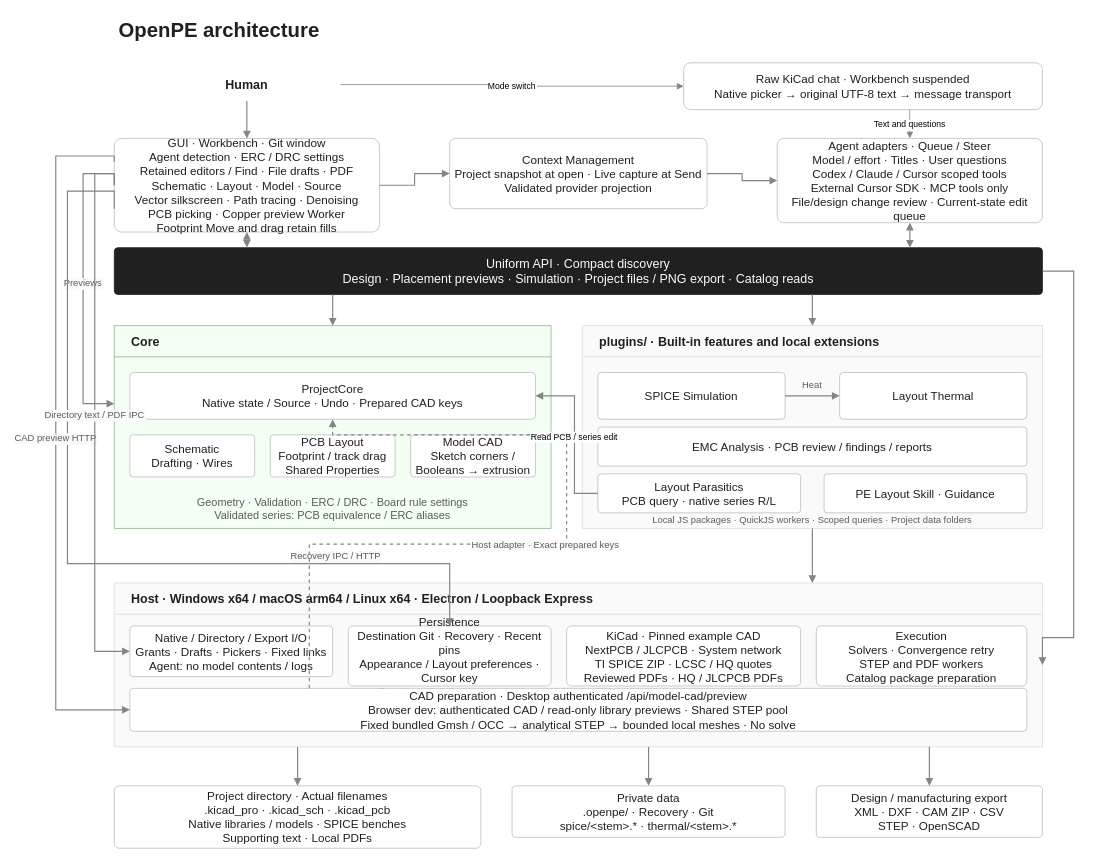
Earlier version of the draw.io diagram assets/architecture.drawio (Open-Power-Electronics/OpenPE). Source tidied: cells renumbered, new cells numbered last; positions are measured from the earlier drawing's top-left corner, leaving out a move shared by most shapes. Both pictures are drawn from the tidied source at 78%, with x=0, y=0 at pixel (55, 13).
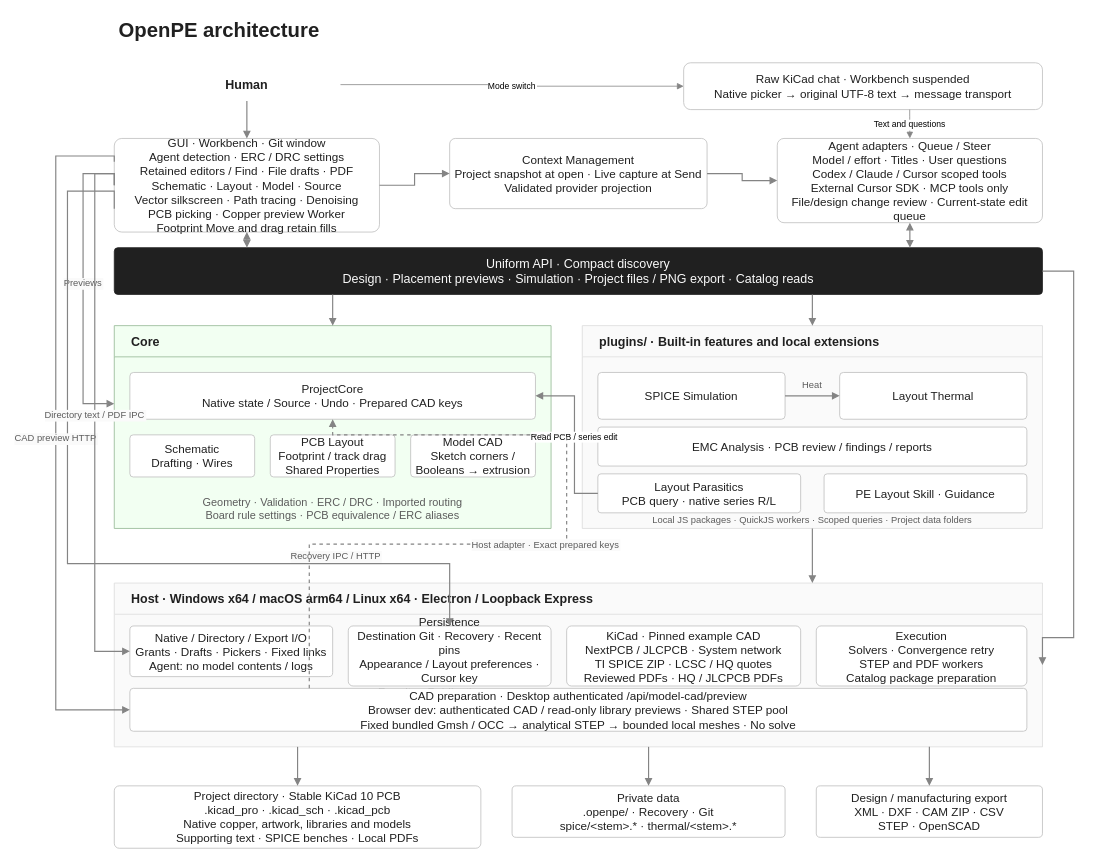
The same page after the edit.

Unchanged cells that the change refers to:
```xml
<mxCell id="11" value="Core" style="swimlane;html=0;whiteSpace=wrap;fontFamily=Arial;fontSize=16;fontColor=#202020;fillColor=#f2fff2;strokeColor=#8fb58f;strokeWidth=1;shadow=0;arcSize=8;fontStyle=1;align=left;verticalAlign=middle;horizontal=1;startSize=40;swimlaneFillColor=#f2fff2;spacingLeft=20;" parent="1" vertex="1">
  <mxGeometry x="75" y="400" width="560" height="260" as="geometry" />
</mxCell>
```

The edit, as a diff of the source:
```diff
@@
-    <mxCell id="16" value="Geometry · Validation · ERC / DRC · Board rule settings&#10;Validated series: PCB equivalence / ERC aliases" style="text;html=0;whiteSpace=wrap;fontFamily=Arial;fontSize=14;fontColor=#5c5c5c;fillColor=none;strokeColor=none;strokeWidth=1;shadow=0;arcSize=8;fontStyle=0;align=center;verticalAlign=middle;spacing=6;" parent="11" vertex="1">
+    <mxCell id="16" value="Geometry · Validation · ERC / DRC · Imported routing&#10;Board rule settings · PCB equivalence / ERC aliases" style="text;html=0;whiteSpace=wrap;fontFamily=Arial;fontSize=14;fontColor=#5c5c5c;fillColor=none;strokeColor=none;strokeWidth=1;shadow=0;arcSize=8;fontStyle=0;align=center;verticalAlign=middle;spacing=6;" parent="11" vertex="1">
       <mxGeometry x="20" y="212" width="520" height="46" as="geometry" />
     </mxCell>
@@
-    <mxCell id="30" value="Project directory · Actual filenames&#10;.kicad_pro · .kicad_sch · .kicad_pcb&#10;Native libraries / models · SPICE benches&#10;Supporting text · Local PDFs" style="rounded=1;html=0;whiteSpace=wrap;fontFamily=Arial;fontSize=15;fontColor=#202020;fillColor=#ffffff;strokeColor=#bdbdbd;strokeWidth=1;shadow=0;arcSize=8;fontStyle=0;align=center;verticalAlign=middle;spacing=6;" parent="1" vertex="1">
+    <mxCell id="30" value="Project directory · Stable KiCad 10 PCB&#10;.kicad_pro · .kicad_sch · .kicad_pcb&#10;Native copper, artwork, libraries and models&#10;Supporting text · SPICE benches · Local PDFs" style="rounded=1;html=0;whiteSpace=wrap;fontFamily=Arial;fontSize=15;fontColor=#202020;fillColor=#ffffff;strokeColor=#bdbdbd;strokeWidth=1;shadow=0;arcSize=8;fontStyle=0;align=center;verticalAlign=middle;spacing=6;" parent="1" vertex="1">
       <mxGeometry x="75" y="990" width="470" height="80" as="geometry" />
     </mxCell>
```
